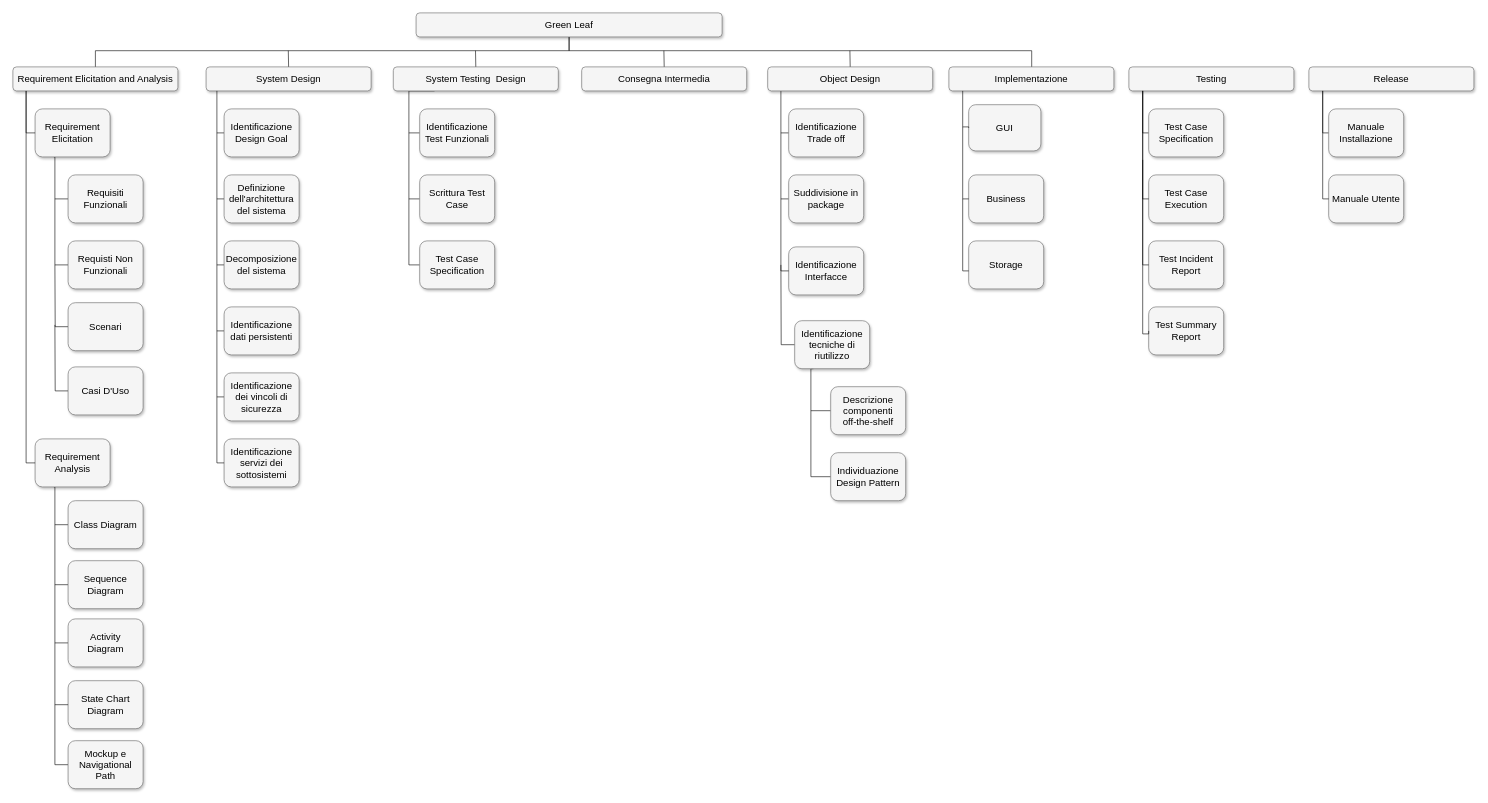
This is page "Page-1" (1 of 2) of Documenti/WBS/WBS_GreenLeaf.drawio from AnttGiam/Green-Leaf, a draw.io file, before an edit. Source tidied: cells renumbered, new cells numbered last; positions are measured from the earlier drawing's top-left corner, leaving out a move shared by most shapes. Both pictures are drawn from the tidied source at 60%, with x=0, y=0 at pixel (13, 13).
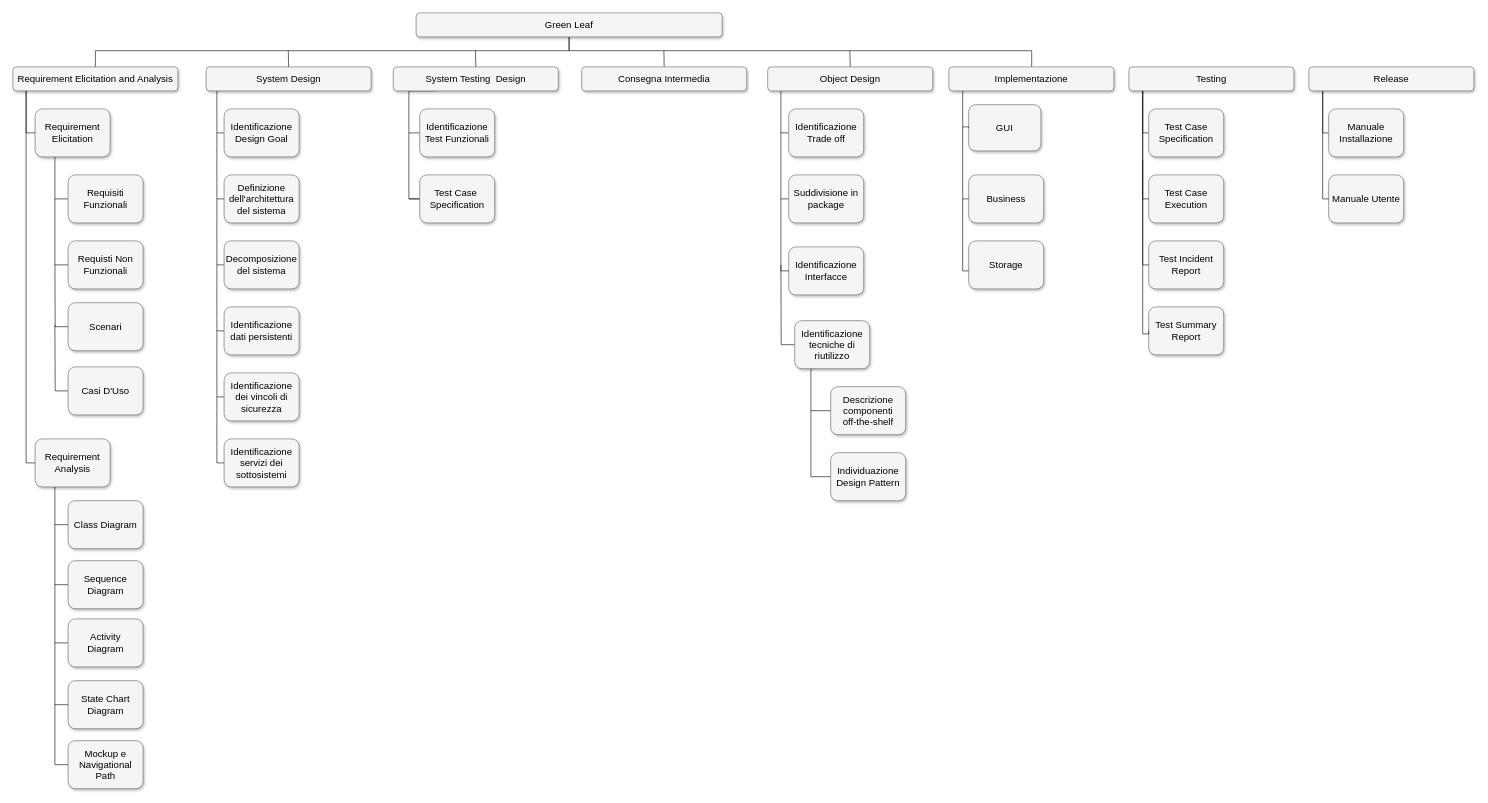
Above is the later version.

Unchanged cells that the change refers to:
```xml
<mxCell id="75" value="System Testing&amp;nbsp; Design" style="whiteSpace=wrap;html=1;rounded=1;shadow=1;strokeWidth=1;fontSize=16;align=center;fillColor=#f5f5f5;strokeColor=#666666;" parent="1" vertex="1">
  <mxGeometry x="634" y="90" width="275" height="40" as="geometry" />
</mxCell>
```

What changed in the source:
```diff
@@
-    <mxCell id="73" style="edgeStyle=orthogonalEdgeStyle;rounded=0;jettySize=auto;html=1;exitX=0.25;exitY=1;exitDx=0;exitDy=0;endArrow=none;endFill=0;entryX=0;entryY=0.5;entryDx=0;entryDy=0;" parent="1" edge="1" source="75" target="82">
+    <mxCell id="73" style="edgeStyle=orthogonalEdgeStyle;rounded=0;jettySize=auto;html=1;exitX=0.25;exitY=1;exitDx=0;exitDy=0;endArrow=none;endFill=0;entryX=0;entryY=0.5;entryDx=0;entryDy=0;" parent="1" edge="1" source="75" target="81">
       <mxGeometry relative="1" as="geometry">
         <Array as="points">
           <mxPoint x="660" y="130" />
-          <mxPoint x="660" y="420" />
+          <mxPoint x="660" y="310" />
         </Array>
       </mxGeometry>
     </mxCell>
@@
-    <mxCell id="81" value="Scrittura Test Case" style="whiteSpace=wrap;html=1;rounded=1;shadow=1;strokeWidth=1;fontSize=16;align=center;fillColor=#f5f5f5;strokeColor=#666666;" parent="1" vertex="1">
+    <mxCell id="81" value="Test Case&amp;nbsp;&lt;br&gt;Specification" style="whiteSpace=wrap;html=1;rounded=1;shadow=1;strokeWidth=1;fontSize=16;align=center;fillColor=#f5f5f5;strokeColor=#666666;" parent="1" vertex="1">
       <mxGeometry x="678" y="270" width="125" height="80" as="geometry" />
     </mxCell>
-    <mxCell id="82" value="Test Case Specification" style="whiteSpace=wrap;html=1;rounded=1;shadow=1;strokeWidth=1;fontSize=16;align=center;fillColor=#f5f5f5;strokeColor=#666666;" parent="1" vertex="1">
-      <mxGeometry x="678" y="380" width="125" height="80" as="geometry" />
-    </mxCell>
```
